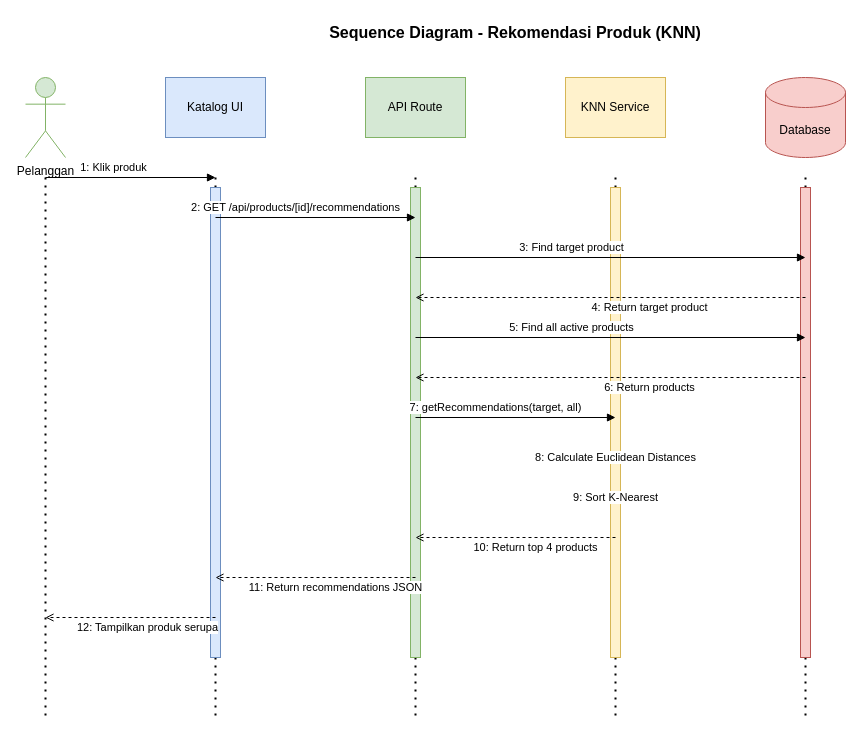
Above: fordza-docs/diagrams/sequence-10-knn-recommender.drawio in Aryo1235/fordza-web (draw.io), before the change. Source tidied: cells renumbered, new cells numbered last; positions are measured from the earlier drawing's top-left corner, leaving out a move shared by most shapes. Both pictures are drawn from the tidied source at 100%, with x=0, y=0 at pixel (25, 17).
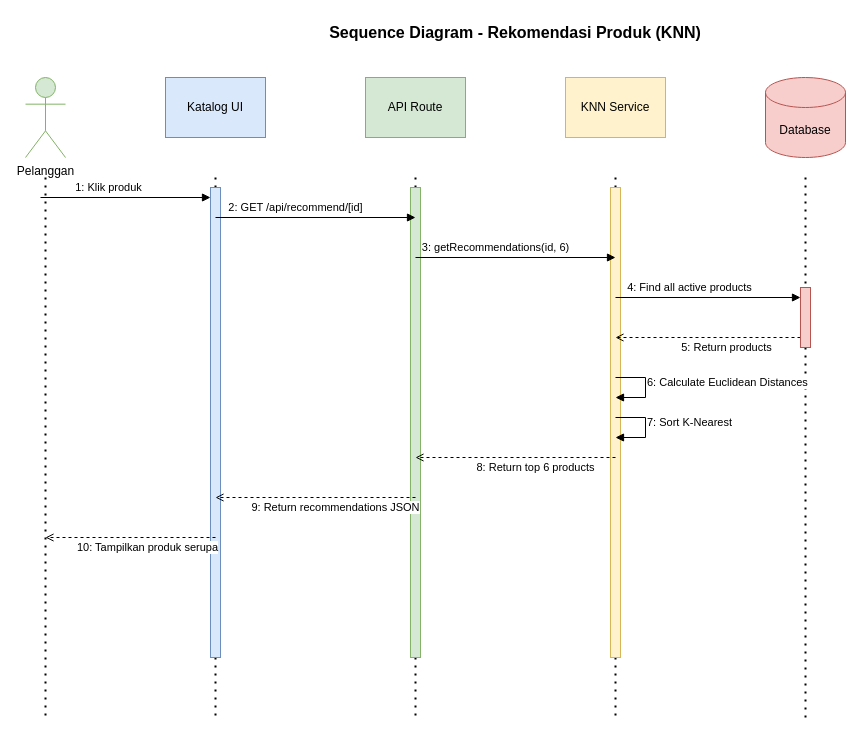
After the change.

Change to the diagram source:
```diff
@@
-    <mxCell id="15" style="endArrow=none;dashed=1;html=1;dashPattern=1 3;strokeWidth=2;" parent="1" edge="1">
+    <mxCell id="15" style="endArrow=none;dashed=1;html=1;dashPattern=1 3;strokeWidth=2;" parent="1" edge="1" source="16">
       <mxGeometry relative="1" as="geometry">
-        <mxPoint x="780" y="160" as="sourcePoint" />
         <mxPoint x="780" y="700" as="targetPoint" />
       </mxGeometry>
     </mxCell>
-    <mxCell id="16" style="rounded=0;whiteSpace=wrap;html=1;fillColor=#f8cecc;strokeColor=#b85450;" parent="1" vertex="1">
-      <mxGeometry x="775" y="170" width="10" height="470" as="geometry" />
-    </mxCell>
     <mxCell id="17" value="1: Klik produk" style="endArrow=block;endFill=1;html=1;" parent="1" edge="1">
       <mxGeometry x="-0.2" y="10" relative="1" as="geometry">
-        <mxPoint x="20" y="160" as="sourcePoint" />
-        <mxPoint x="190" y="160" as="targetPoint" />
+        <mxPoint x="15" y="180" as="sourcePoint" />
+        <mxPoint x="185" y="180" as="targetPoint" />
       </mxGeometry>
     </mxCell>
-    <mxCell id="18" value="2: GET /api/products/[id]/recommendations" style="endArrow=block;endFill=1;html=1;" parent="1" edge="1">
+    <mxCell id="18" value="2: GET /api/recommend/[id]" style="endArrow=block;endFill=1;html=1;" parent="1" edge="1">
       <mxGeometry x="-0.2" y="10" relative="1" as="geometry">
         <mxPoint x="190" y="200" as="sourcePoint" />
         <mxPoint x="390" y="200" as="targetPoint" />
       </mxGeometry>
     </mxCell>
-    <mxCell id="19" value="3: Find target product" style="endArrow=block;endFill=1;html=1;" parent="1" edge="1">
+    <mxCell id="19" value="3: getRecommendations(id, 6)" style="endArrow=block;endFill=1;html=1;" parent="1" edge="1">
       <mxGeometry x="-0.2" y="10" relative="1" as="geometry">
         <mxPoint x="390" y="240" as="sourcePoint" />
-        <mxPoint x="780" y="240" as="targetPoint" />
+        <mxPoint x="590" y="240" as="targetPoint" />
       </mxGeometry>
     </mxCell>
-    <mxCell id="20" value="4: Return target product" style="endArrow=open;endFill=0;html=1;dashed=1;" parent="1" edge="1">
+    <mxCell id="20" value="4: Find all active products" style="endArrow=block;endFill=1;html=1;" parent="1" edge="1">
       <mxGeometry x="-0.2" y="10" relative="1" as="geometry">
-        <mxPoint x="780" y="280" as="sourcePoint" />
-        <mxPoint x="390" y="280" as="targetPoint" />
+        <mxPoint x="590" y="280" as="sourcePoint" />
+        <mxPoint x="775" y="280" as="targetPoint" />
       </mxGeometry>
     </mxCell>
-    <mxCell id="21" value="5: Find all active products" style="endArrow=block;endFill=1;html=1;" parent="1" edge="1">
+    <mxCell id="21" value="5: Return products" style="endArrow=open;endFill=0;html=1;dashed=1;" parent="1" edge="1">
       <mxGeometry x="-0.2" y="10" relative="1" as="geometry">
-        <mxPoint x="390" y="320" as="sourcePoint" />
-        <mxPoint x="780" y="320" as="targetPoint" />
+        <mxPoint x="775" y="320" as="sourcePoint" />
+        <mxPoint x="590" y="320" as="targetPoint" />
       </mxGeometry>
     </mxCell>
-    <mxCell id="22" value="6: Return products" style="endArrow=open;endFill=0;html=1;dashed=1;" parent="1" edge="1">
-      <mxGeometry x="-0.2" y="10" relative="1" as="geometry">
-        <mxPoint x="780" y="360" as="sourcePoint" />
-        <mxPoint x="390" y="360" as="targetPoint" />
+    <mxCell id="22" value="6: Calculate Euclidean Distances" style="edgeStyle=orthogonalEdgeStyle;html=1;align=left;verticalAlign=bottom;endArrow=block;rounded=0;" parent="1" edge="1">
+      <mxGeometry x="0.1" relative="1" as="geometry">
+        <mxPoint x="590" y="360" as="sourcePoint" />
+        <mxPoint x="590" y="380" as="targetPoint" />
+        <Array as="points">
+          <mxPoint x="620" y="360" />
+          <mxPoint x="620" y="380" />
+        </Array>
       </mxGeometry>
     </mxCell>
-    <mxCell id="23" value="7: getRecommendations(target, all)" style="endArrow=block;endFill=1;html=1;" parent="1" edge="1">
-      <mxGeometry x="-0.2" y="10" relative="1" as="geometry">
-        <mxPoint x="390" y="400" as="sourcePoint" />
-        <mxPoint x="590" y="400" as="targetPoint" />
+    <mxCell id="23" value="7: Sort K-Nearest" style="edgeStyle=orthogonalEdgeStyle;html=1;align=left;verticalAlign=bottom;endArrow=block;rounded=0;" parent="1" edge="1">
+      <mxGeometry x="0.1" relative="1" as="geometry">
+        <mxPoint x="590" y="400" as="sourcePoint" />
+        <mxPoint x="590" y="420" as="targetPoint" />
+        <Array as="points">
+          <mxPoint x="620" y="400" />
+          <mxPoint x="620" y="420" />
+        </Array>
       </mxGeometry>
     </mxCell>
-    <mxCell id="24" value="8: Calculate Euclidean Distances" style="endArrow=block;endFill=1;html=1;" parent="1" edge="1">
+    <mxCell id="24" value="8: Return top 6 products" style="endArrow=open;endFill=0;html=1;dashed=1;" parent="1" edge="1">
       <mxGeometry x="-0.2" y="10" relative="1" as="geometry">
         <mxPoint x="590" y="440" as="sourcePoint" />
-        <mxPoint x="590" y="440" as="targetPoint" />
+        <mxPoint x="390" y="440" as="targetPoint" />
       </mxGeometry>
     </mxCell>
-    <mxCell id="25" value="9: Sort K-Nearest" style="endArrow=block;endFill=1;html=1;" parent="1" edge="1">
+    <mxCell id="25" value="9: Return recommendations JSON" style="endArrow=open;endFill=0;html=1;dashed=1;" parent="1" edge="1">
       <mxGeometry x="-0.2" y="10" relative="1" as="geometry">
-        <mxPoint x="590" y="480" as="sourcePoint" />
-        <mxPoint x="590" y="480" as="targetPoint" />
+        <mxPoint x="390" y="480" as="sourcePoint" />
+        <mxPoint x="190" y="480" as="targetPoint" />
       </mxGeometry>
     </mxCell>
-    <mxCell id="26" value="10: Return top 4 products" style="endArrow=open;endFill=0;html=1;dashed=1;" parent="1" edge="1">
+    <mxCell id="26" value="10: Tampilkan produk serupa" style="endArrow=open;endFill=0;html=1;dashed=1;" parent="1" edge="1">
       <mxGeometry x="-0.2" y="10" relative="1" as="geometry">
-        <mxPoint x="590" y="520" as="sourcePoint" />
-        <mxPoint x="390" y="520" as="targetPoint" />
+        <mxPoint x="190" y="520" as="sourcePoint" />
+        <mxPoint x="20" y="520" as="targetPoint" />
       </mxGeometry>
     </mxCell>
-    <mxCell id="27" value="11: Return recommendations JSON" style="endArrow=open;endFill=0;html=1;dashed=1;" parent="1" edge="1">
-      <mxGeometry x="-0.2" y="10" relative="1" as="geometry">
-        <mxPoint x="390" y="560" as="sourcePoint" />
-        <mxPoint x="190" y="560" as="targetPoint" />
-      </mxGeometry>
-    </mxCell>
-    <mxCell id="28" value="12: Tampilkan produk serupa" style="endArrow=open;endFill=0;html=1;dashed=1;" parent="1" edge="1">
-      <mxGeometry x="-0.2" y="10" relative="1" as="geometry">
-        <mxPoint x="190" y="600" as="sourcePoint" />
-        <mxPoint x="20" y="600" as="targetPoint" />
-      </mxGeometry>
-    </mxCell>
+    <mxCell id="29" style="endArrow=none;dashed=1;html=1;dashPattern=1 3;strokeWidth=2;" parent="1" edge="1" target="16">
+      <mxGeometry relative="1" as="geometry">
+        <mxPoint x="780" y="160" as="sourcePoint" />
+      </mxGeometry>
+    </mxCell>
+    <mxCell id="16" style="rounded=0;whiteSpace=wrap;html=1;fillColor=#f8cecc;strokeColor=#b85450;" parent="1" vertex="1">
+      <mxGeometry x="775" y="270" width="10" height="60" as="geometry" />
+    </mxCell>
```
